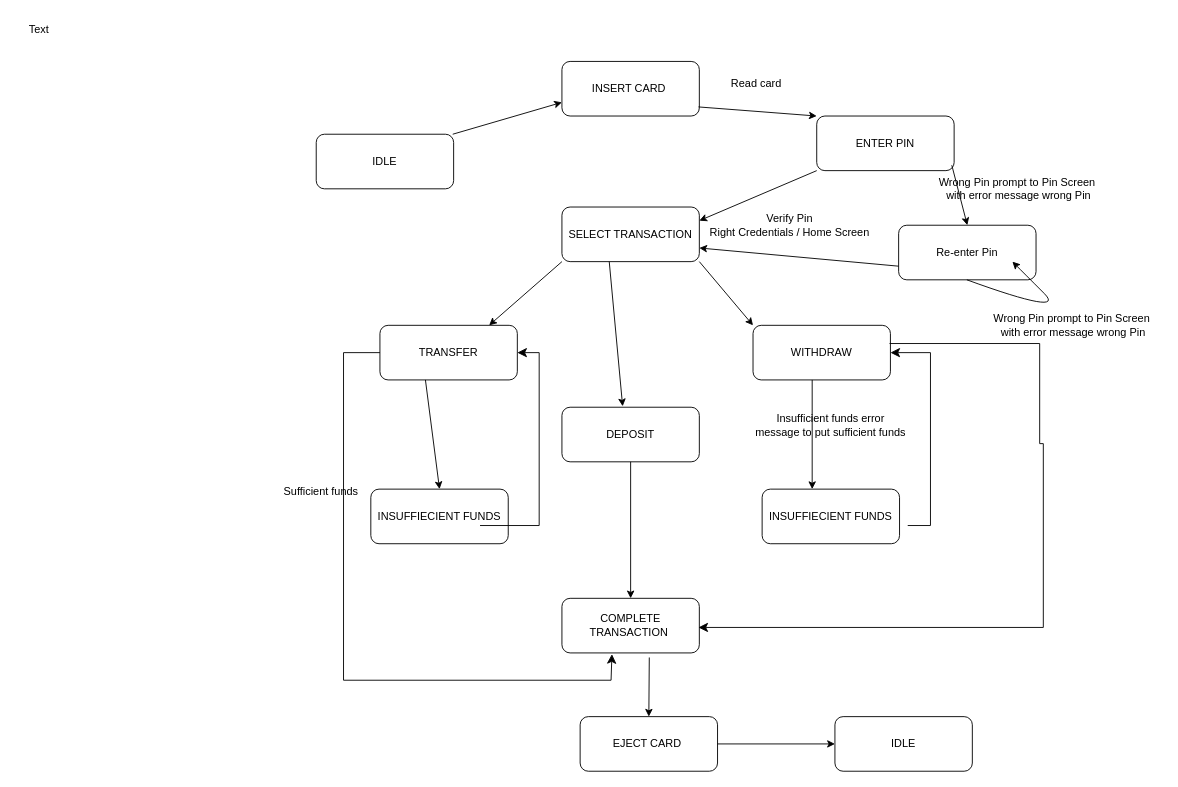
Earlier version of the draw.io diagram SECONDPHASE.drawio (muhezma/Demo). Source tidied: cells renumbered, new cells numbered last; positions are measured from the earlier drawing's top-left corner, leaving out a move shared by most shapes. Both pictures are drawn from the tidied source at 91%, with x=0, y=0 at pixel (15, 15).
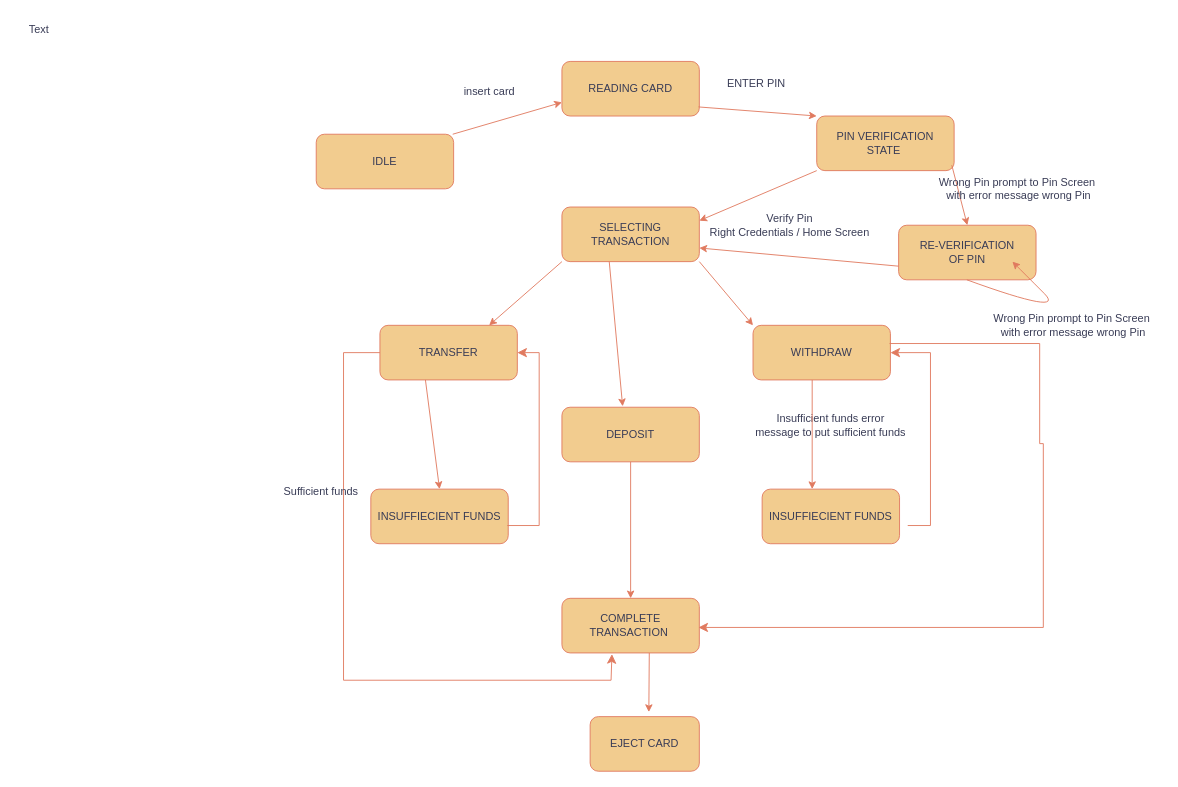
The same diagram, later.

Change to the diagram source:
```diff
@@
-    <mxCell id="2" value="IDLE" style="rounded=1;whiteSpace=wrap;html=1;" parent="1" vertex="1">
+    <mxCell id="2" value="IDLE" style="rounded=1;whiteSpace=wrap;html=1;labelBackgroundColor=none;fillColor=#F2CC8F;strokeColor=#E07A5F;fontColor=#393C56;" parent="1" vertex="1">
       <mxGeometry x="330" y="130" width="151" height="60" as="geometry" />
     </mxCell>
-    <mxCell id="3" value="ENTER PIN" style="rounded=1;whiteSpace=wrap;html=1;" parent="1" vertex="1">
+    <mxCell id="3" value="PIN VERIFICATION STATE&amp;nbsp;" style="rounded=1;whiteSpace=wrap;html=1;labelBackgroundColor=none;fillColor=#F2CC8F;strokeColor=#E07A5F;fontColor=#393C56;" parent="1" vertex="1">
       <mxGeometry x="880" y="110" width="151" height="60" as="geometry" />
     </mxCell>
-    <mxCell id="4" value="INSERT CARD&amp;nbsp;" style="rounded=1;whiteSpace=wrap;html=1;" parent="1" vertex="1">
+    <mxCell id="4" value="READING CARD" style="rounded=1;whiteSpace=wrap;html=1;labelBackgroundColor=none;fillColor=#F2CC8F;strokeColor=#E07A5F;fontColor=#393C56;" parent="1" vertex="1">
       <mxGeometry x="600" y="50" width="151" height="60" as="geometry" />
     </mxCell>
-    <mxCell id="5" value="SELECT TRANSACTION" style="rounded=1;whiteSpace=wrap;html=1;" parent="1" vertex="1">
+    <mxCell id="5" value="SELECTING TRANSACTION" style="rounded=1;whiteSpace=wrap;html=1;labelBackgroundColor=none;fillColor=#F2CC8F;strokeColor=#E07A5F;fontColor=#393C56;" parent="1" vertex="1">
       <mxGeometry x="600" y="210" width="151" height="60" as="geometry" />
     </mxCell>
-    <mxCell id="6" value="DEPOSIT" style="rounded=1;whiteSpace=wrap;html=1;" parent="1" vertex="1">
+    <mxCell id="6" value="DEPOSIT" style="rounded=1;whiteSpace=wrap;html=1;labelBackgroundColor=none;fillColor=#F2CC8F;strokeColor=#E07A5F;fontColor=#393C56;" parent="1" vertex="1">
       <mxGeometry x="600" y="430" width="151" height="60" as="geometry" />
     </mxCell>
-    <mxCell id="7" value="COMPLETE TRANSACTION&amp;nbsp;" style="rounded=1;whiteSpace=wrap;html=1;" parent="1" vertex="1">
+    <mxCell id="7" value="COMPLETE TRANSACTION&amp;nbsp;" style="rounded=1;whiteSpace=wrap;html=1;labelBackgroundColor=none;fillColor=#F2CC8F;strokeColor=#E07A5F;fontColor=#393C56;" parent="1" vertex="1">
       <mxGeometry x="600" y="640" width="151" height="60" as="geometry" />
     </mxCell>
-    <mxCell id="8" value="WITHDRAW" style="rounded=1;whiteSpace=wrap;html=1;" parent="1" vertex="1">
+    <mxCell id="8" value="WITHDRAW" style="rounded=1;whiteSpace=wrap;html=1;labelBackgroundColor=none;fillColor=#F2CC8F;strokeColor=#E07A5F;fontColor=#393C56;" parent="1" vertex="1">
       <mxGeometry x="810" y="340" width="151" height="60" as="geometry" />
     </mxCell>
-    <mxCell id="9" value="TRANSFER" style="rounded=1;whiteSpace=wrap;html=1;" parent="1" vertex="1">
+    <mxCell id="9" value="TRANSFER" style="rounded=1;whiteSpace=wrap;html=1;labelBackgroundColor=none;fillColor=#F2CC8F;strokeColor=#E07A5F;fontColor=#393C56;" parent="1" vertex="1">
       <mxGeometry x="400" y="340" width="151" height="60" as="geometry" />
     </mxCell>
-    <mxCell id="10" value="EJECT CARD&amp;nbsp;" style="rounded=1;whiteSpace=wrap;html=1;" parent="1" vertex="1">
-      <mxGeometry x="620" y="770" width="151" height="60" as="geometry" />
-    </mxCell>
-    <mxCell id="11" value="IDLE" style="rounded=1;whiteSpace=wrap;html=1;" parent="1" vertex="1">
-      <mxGeometry x="900" y="770" width="151" height="60" as="geometry" />
-    </mxCell>
-    <mxCell id="12" style="endArrow=classic;html=1;rounded=0;entryX=0;entryY=0.75;entryDx=0;entryDy=0;" parent="1" edge="1" target="4">
+    <mxCell id="12" style="endArrow=classic;html=1;rounded=0;entryX=0;entryY=0.75;entryDx=0;entryDy=0;labelBackgroundColor=none;strokeColor=#E07A5F;fontColor=default;" parent="1" edge="1" target="4">
       <mxGeometry relative="1" as="geometry">
         <mxPoint x="480" y="130" as="sourcePoint" />
       </mxGeometry>
     </mxCell>
-    <mxCell id="13" style="endArrow=classic;html=1;rounded=0;entryX=0;entryY=0;entryDx=0;entryDy=0;" parent="1" edge="1" target="3">
+    <mxCell id="13" style="endArrow=classic;html=1;rounded=0;entryX=0;entryY=0;entryDx=0;entryDy=0;labelBackgroundColor=none;strokeColor=#E07A5F;fontColor=default;" parent="1" edge="1" target="3">
       <mxGeometry relative="1" as="geometry">
         <mxPoint x="750" y="100" as="sourcePoint" />
       </mxGeometry>
     </mxCell>
-    <mxCell id="14" style="endArrow=classic;html=1;rounded=0;exitX=0;exitY=1;exitDx=0;exitDy=0;entryX=1;entryY=0.25;entryDx=0;entryDy=0;" parent="1" edge="1" target="5">
+    <mxCell id="14" style="endArrow=classic;html=1;rounded=0;exitX=0;exitY=1;exitDx=0;exitDy=0;entryX=1;entryY=0.25;entryDx=0;entryDy=0;labelBackgroundColor=none;strokeColor=#E07A5F;fontColor=default;" parent="1" edge="1" target="5">
       <mxGeometry relative="1" as="geometry">
         <mxPoint x="880" y="170" as="sourcePoint" />
       </mxGeometry>
     </mxCell>
-    <mxCell id="15" style="endArrow=classic;html=1;rounded=0;" parent="1" edge="1">
+    <mxCell id="15" style="endArrow=classic;html=1;rounded=0;labelBackgroundColor=none;strokeColor=#E07A5F;fontColor=default;" parent="1" edge="1">
       <mxGeometry relative="1" as="geometry">
         <mxPoint x="600" y="270" as="sourcePoint" />
         <mxPoint x="520" y="340" as="targetPoint" />
       </mxGeometry>
     </mxCell>
-    <mxCell id="16" style="endArrow=classic;html=1;rounded=0;exitX=0.433;exitY=1.05;exitDx=0;exitDy=0;exitPerimeter=0;entryX=0.442;entryY=-0.017;entryDx=0;entryDy=0;entryPerimeter=0;" parent="1" edge="1" target="6">
+    <mxCell id="16" style="endArrow=classic;html=1;rounded=0;exitX=0.433;exitY=1.05;exitDx=0;exitDy=0;exitPerimeter=0;entryX=0.442;entryY=-0.017;entryDx=0;entryDy=0;entryPerimeter=0;labelBackgroundColor=none;strokeColor=#E07A5F;fontColor=default;" parent="1" edge="1" target="6">
       <mxGeometry relative="1" as="geometry">
         <mxPoint x="652" y="270" as="sourcePoint" />
       </mxGeometry>
     </mxCell>
-    <mxCell id="17" style="endArrow=classic;html=1;rounded=0;exitX=1;exitY=1;exitDx=0;exitDy=0;" parent="1" edge="1" source="5">
+    <mxCell id="17" style="endArrow=classic;html=1;rounded=0;exitX=1;exitY=1;exitDx=0;exitDy=0;labelBackgroundColor=none;strokeColor=#E07A5F;fontColor=default;" parent="1" edge="1" source="5">
       <mxGeometry relative="1" as="geometry">
         <mxPoint x="810" y="340" as="targetPoint" />
       </mxGeometry>
     </mxCell>
-    <mxCell id="18" style="endArrow=classic;html=1;rounded=0;exitX=0.5;exitY=1;exitDx=0;exitDy=0;entryX=0.5;entryY=0;entryDx=0;entryDy=0;" parent="1" edge="1" source="6" target="7">
+    <mxCell id="18" style="endArrow=classic;html=1;rounded=0;exitX=0.5;exitY=1;exitDx=0;exitDy=0;entryX=0.5;entryY=0;entryDx=0;entryDy=0;labelBackgroundColor=none;strokeColor=#E07A5F;fontColor=default;" parent="1" edge="1" source="6" target="7">
       <mxGeometry relative="1" as="geometry" />
     </mxCell>
-    <mxCell id="19" value="Read card&amp;nbsp;" style="text;html=1;strokeColor=none;fillColor=none;align=center;verticalAlign=middle;whiteSpace=wrap;rounded=0;" parent="1" vertex="1">
+    <mxCell id="19" value="ENTER PIN&amp;nbsp;" style="text;html=1;strokeColor=none;fillColor=none;align=center;verticalAlign=middle;whiteSpace=wrap;rounded=0;labelBackgroundColor=none;fontColor=#393C56;" parent="1" vertex="1">
       <mxGeometry x="770" y="50" width="91" height="50" as="geometry" />
     </mxCell>
-    <mxCell id="20" value="Verify Pin&lt;br&gt;Right Credentials / Home Screen" style="text;html=1;align=center;verticalAlign=middle;strokeColor=none;fillColor=none;" parent="1" vertex="1">
+    <mxCell id="20" value="Verify Pin&lt;br&gt;Right Credentials / Home Screen" style="text;html=1;align=center;verticalAlign=middle;strokeColor=none;fillColor=none;labelBackgroundColor=none;fontColor=#393C56;" parent="1" vertex="1">
       <mxGeometry x="750" y="210" width="200" height="40" as="geometry" />
     </mxCell>
-    <mxCell id="21" value="Re-enter Pin" style="rounded=1;whiteSpace=wrap;html=1;" parent="1" vertex="1">
+    <mxCell id="21" value="RE-VERIFICATION &lt;br&gt;OF PIN" style="rounded=1;whiteSpace=wrap;html=1;labelBackgroundColor=none;fillColor=#F2CC8F;strokeColor=#E07A5F;fontColor=#393C56;" parent="1" vertex="1">
       <mxGeometry x="970" y="230" width="151" height="60" as="geometry" />
     </mxCell>
-    <mxCell id="22" style="endArrow=classic;html=1;rounded=0;exitX=0.983;exitY=0.9;exitDx=0;exitDy=0;exitPerimeter=0;entryX=0.5;entryY=0;entryDx=0;entryDy=0;" parent="1" edge="1" source="3" target="21">
+    <mxCell id="22" style="endArrow=classic;html=1;rounded=0;exitX=0.983;exitY=0.9;exitDx=0;exitDy=0;exitPerimeter=0;entryX=0.5;entryY=0;entryDx=0;entryDy=0;labelBackgroundColor=none;strokeColor=#E07A5F;fontColor=default;" parent="1" edge="1" source="3" target="21">
       <mxGeometry relative="1" as="geometry" />
     </mxCell>
-    <mxCell id="23" value="Wrong Pin prompt to Pin Screen&lt;br&gt;&amp;nbsp;with error message wrong Pin" style="text;html=1;align=center;verticalAlign=middle;strokeColor=none;fillColor=none;" parent="1" vertex="1">
+    <mxCell id="23" value="Wrong Pin prompt to Pin Screen&lt;br&gt;&amp;nbsp;with error message wrong Pin" style="text;html=1;align=center;verticalAlign=middle;strokeColor=none;fillColor=none;labelBackgroundColor=none;fontColor=#393C56;" parent="1" vertex="1">
       <mxGeometry x="1000" y="170" width="200" height="40" as="geometry" />
     </mxCell>
-    <mxCell id="24" style="endArrow=classic;html=1;rounded=0;exitX=0;exitY=0.75;exitDx=0;exitDy=0;entryX=1;entryY=0.75;entryDx=0;entryDy=0;" parent="1" edge="1" source="21" target="5">
+    <mxCell id="24" style="endArrow=classic;html=1;rounded=0;exitX=0;exitY=0.75;exitDx=0;exitDy=0;entryX=1;entryY=0.75;entryDx=0;entryDy=0;labelBackgroundColor=none;strokeColor=#E07A5F;fontColor=default;" parent="1" edge="1" source="21" target="5">
       <mxGeometry relative="1" as="geometry" />
     </mxCell>
-    <mxCell id="25" style="endArrow=classic;html=1;curved=1;strokeColor=none;" parent="1" edge="1">
+    <mxCell id="25" style="endArrow=classic;html=1;curved=1;strokeColor=none;labelBackgroundColor=none;fontColor=default;" parent="1" edge="1">
       <mxGeometry relative="1" as="geometry">
         <mxPoint x="1020" y="390" as="sourcePoint" />
         <mxPoint x="1070" y="340" as="targetPoint" />
         <Array as="points">
           <mxPoint x="1070" y="390" />
           <mxPoint x="1020" y="340" />
         </Array>
       </mxGeometry>
     </mxCell>
-    <mxCell id="26" style="endArrow=classic;html=1;curved=1;" parent="1" edge="1">
+    <mxCell id="26" style="endArrow=classic;html=1;curved=1;labelBackgroundColor=none;strokeColor=#E07A5F;fontColor=default;" parent="1" edge="1">
       <mxGeometry relative="1" as="geometry">
         <mxPoint x="1045" y="290" as="sourcePoint" />
         <mxPoint x="1095" y="270" as="targetPoint" />
         <Array as="points">
           <mxPoint x="1155" y="330" />
           <mxPoint x="1105" y="280" />
         </Array>
       </mxGeometry>
     </mxCell>
-    <mxCell id="27" value="Wrong Pin prompt to Pin Screen&lt;br&gt;&amp;nbsp;with error message wrong Pin" style="text;html=1;align=center;verticalAlign=middle;strokeColor=none;fillColor=none;" parent="1" vertex="1">
+    <mxCell id="27" value="Wrong Pin prompt to Pin Screen&lt;br&gt;&amp;nbsp;with error message wrong Pin" style="text;html=1;align=center;verticalAlign=middle;strokeColor=none;fillColor=none;labelBackgroundColor=none;fontColor=#393C56;" parent="1" vertex="1">
       <mxGeometry x="1060" y="320" width="200" height="40" as="geometry" />
     </mxCell>
-    <mxCell id="28" value="INSUFFIECIENT FUNDS" style="rounded=1;whiteSpace=wrap;html=1;" parent="1" vertex="1">
+    <mxCell id="28" value="INSUFFIECIENT FUNDS" style="rounded=1;whiteSpace=wrap;html=1;labelBackgroundColor=none;fillColor=#F2CC8F;strokeColor=#E07A5F;fontColor=#393C56;" parent="1" vertex="1">
       <mxGeometry x="390" y="520" width="151" height="60" as="geometry" />
     </mxCell>
-    <mxCell id="29" value="INSUFFIECIENT FUNDS" style="rounded=1;whiteSpace=wrap;html=1;" parent="1" vertex="1">
+    <mxCell id="29" value="INSUFFIECIENT FUNDS" style="rounded=1;whiteSpace=wrap;html=1;labelBackgroundColor=none;fillColor=#F2CC8F;strokeColor=#E07A5F;fontColor=#393C56;" parent="1" vertex="1">
       <mxGeometry x="820" y="520" width="151" height="60" as="geometry" />
     </mxCell>
-    <mxCell id="30" style="edgeStyle=segmentEdgeStyle;endArrow=classic;html=1;curved=0;rounded=0;endSize=8;startSize=8;exitX=0;exitY=0.5;exitDx=0;exitDy=0;entryX=0.364;entryY=1.022;entryDx=0;entryDy=0;entryPerimeter=0;" parent="1" edge="1" source="9" target="7">
+    <mxCell id="30" style="edgeStyle=segmentEdgeStyle;endArrow=classic;html=1;curved=0;rounded=0;endSize=8;startSize=8;exitX=0;exitY=0.5;exitDx=0;exitDy=0;entryX=0.364;entryY=1.022;entryDx=0;entryDy=0;entryPerimeter=0;labelBackgroundColor=none;strokeColor=#E07A5F;fontColor=default;" parent="1" edge="1" source="9" target="7">
       <mxGeometry relative="1" as="geometry">
         <Array as="points">
           <mxPoint x="360" y="370" />
           <mxPoint x="360" y="730" />
           <mxPoint x="654" y="730" />
           <mxPoint x="654" y="701" />
         </Array>
       </mxGeometry>
     </mxCell>
-    <mxCell id="31" style="endArrow=classic;html=1;rounded=0;entryX=0.5;entryY=0;entryDx=0;entryDy=0;" parent="1" edge="1" target="28">
+    <mxCell id="31" style="endArrow=classic;html=1;rounded=0;entryX=0.5;entryY=0;entryDx=0;entryDy=0;labelBackgroundColor=none;strokeColor=#E07A5F;fontColor=default;" parent="1" edge="1" target="28">
       <mxGeometry relative="1" as="geometry">
         <mxPoint x="450" y="400" as="sourcePoint" />
       </mxGeometry>
     </mxCell>
-    <mxCell id="32" value="Insufficient funds error &lt;br&gt;message to put sufficient funds" style="text;html=1;align=center;verticalAlign=middle;strokeColor=none;fillColor=none;" parent="1" vertex="1">
+    <mxCell id="32" value="Insufficient funds error &lt;br&gt;message to put sufficient funds" style="text;html=1;align=center;verticalAlign=middle;strokeColor=none;fillColor=none;labelBackgroundColor=none;fontColor=#393C56;" parent="1" vertex="1">
       <mxGeometry x="800" y="430" width="190" height="40" as="geometry" />
     </mxCell>
-    <mxCell id="33" style="edgeStyle=elbowEdgeStyle;elbow=horizontal;endArrow=classic;html=1;curved=0;rounded=0;endSize=8;startSize=8;entryX=1;entryY=0.5;entryDx=0;entryDy=0;" parent="1" edge="1" target="9">
+    <mxCell id="33" style="edgeStyle=elbowEdgeStyle;elbow=horizontal;endArrow=classic;html=1;curved=0;rounded=0;endSize=8;startSize=8;entryX=1;entryY=0.5;entryDx=0;entryDy=0;labelBackgroundColor=none;strokeColor=#E07A5F;fontColor=default;" parent="1" edge="1" target="9">
       <mxGeometry relative="1" as="geometry">
-        <mxPoint x="510" y="560" as="sourcePoint" />
+        <mxPoint x="540" y="560" as="sourcePoint" />
         <Array as="points">
           <mxPoint x="575" y="330" />
         </Array>
       </mxGeometry>
     </mxCell>
-    <mxCell id="34" value="Sufficient funds" style="text;html=1;align=center;verticalAlign=middle;strokeColor=none;fillColor=none;" parent="1" vertex="1">
+    <mxCell id="34" value="Sufficient funds" style="text;html=1;align=center;verticalAlign=middle;strokeColor=none;fillColor=none;labelBackgroundColor=none;fontColor=#393C56;" parent="1" vertex="1">
       <mxGeometry x="280" y="508" width="110" height="30" as="geometry" />
     </mxCell>
-    <mxCell id="35" style="endArrow=classic;html=1;rounded=0;entryX=0.5;entryY=0;entryDx=0;entryDy=0;" parent="1" edge="1">
+    <mxCell id="35" style="endArrow=classic;html=1;rounded=0;entryX=0.5;entryY=0;entryDx=0;entryDy=0;labelBackgroundColor=none;strokeColor=#E07A5F;fontColor=default;" parent="1" edge="1">
       <mxGeometry relative="1" as="geometry">
         <mxPoint x="875" y="400" as="sourcePoint" />
         <mxPoint x="875" y="520" as="targetPoint" />
       </mxGeometry>
     </mxCell>
-    <mxCell id="36" style="edgeStyle=elbowEdgeStyle;elbow=horizontal;endArrow=classic;html=1;curved=0;rounded=0;endSize=8;startSize=8;entryX=1;entryY=0.5;entryDx=0;entryDy=0;" parent="1" edge="1" target="8">
+    <mxCell id="36" style="edgeStyle=elbowEdgeStyle;elbow=horizontal;endArrow=classic;html=1;curved=0;rounded=0;endSize=8;startSize=8;entryX=1;entryY=0.5;entryDx=0;entryDy=0;labelBackgroundColor=none;strokeColor=#E07A5F;fontColor=default;" parent="1" edge="1" target="8">
       <mxGeometry relative="1" as="geometry">
         <mxPoint x="980" y="560" as="sourcePoint" />
         <Array as="points">
           <mxPoint x="1005" y="330" />
         </Array>
       </mxGeometry>
     </mxCell>
-    <mxCell id="37" style="edgeStyle=segmentEdgeStyle;endArrow=classic;html=1;curved=0;rounded=0;endSize=8;startSize=8;" parent="1" edge="1">
+    <mxCell id="37" style="edgeStyle=segmentEdgeStyle;endArrow=classic;html=1;curved=0;rounded=0;endSize=8;startSize=8;labelBackgroundColor=none;strokeColor=#E07A5F;fontColor=default;" parent="1" edge="1">
       <mxGeometry relative="1" as="geometry">
         <mxPoint x="960" y="360" as="sourcePoint" />
         <mxPoint x="750" y="672" as="targetPoint" />
         <Array as="points">
           <mxPoint x="1125" y="360" />
           <mxPoint x="1125" y="470" />
           <mxPoint x="1129" y="470" />
           <mxPoint x="1129" y="672" />
         </Array>
       </mxGeometry>
     </mxCell>
-    <mxCell id="38" style="endArrow=classic;html=1;rounded=0;entryX=0.5;entryY=0;entryDx=0;entryDy=0;" parent="1" edge="1" target="10">
+    <mxCell id="38" style="endArrow=classic;html=1;rounded=0;entryX=0.5;entryY=0;entryDx=0;entryDy=0;labelBackgroundColor=none;strokeColor=#E07A5F;fontColor=default;" parent="1" edge="1">
       <mxGeometry relative="1" as="geometry">
-        <mxPoint x="696" y="705" as="sourcePoint" />
+        <mxPoint x="696" y="700" as="sourcePoint" />
+        <mxPoint x="695.5" y="765" as="targetPoint" />
       </mxGeometry>
     </mxCell>
-    <mxCell id="39" style="endArrow=classic;html=1;rounded=0;entryX=0;entryY=0.5;entryDx=0;entryDy=0;exitX=1;exitY=0.5;exitDx=0;exitDy=0;" parent="1" edge="1" source="10" target="11">
-      <mxGeometry relative="1" as="geometry" />
-    </mxCell>
-    <mxCell id="40" value="Text" style="text;html=1;align=center;verticalAlign=middle;strokeColor=none;fillColor=none;" parent="1" vertex="1">
+    <mxCell id="40" value="Text" style="text;html=1;align=center;verticalAlign=middle;strokeColor=none;fillColor=none;labelBackgroundColor=none;fontColor=#393C56;" parent="1" vertex="1">
       <mxGeometry width="50" height="30" as="geometry" />
     </mxCell>
+    <mxCell id="41" value="insert card" style="text;html=1;align=center;verticalAlign=middle;strokeColor=none;fillColor=none;fontColor=#393C56;" parent="1" vertex="1">
+      <mxGeometry x="480" y="68" width="80" height="30" as="geometry" />
+    </mxCell>
+    <mxCell id="10" value="EJECT CARD" style="rounded=1;whiteSpace=wrap;html=1;strokeColor=#E07A5F;fontColor=#393C56;fillColor=#F2CC8F;" parent="1" vertex="1">
+      <mxGeometry x="631" y="770" width="120" height="60" as="geometry" />
+    </mxCell>
```
